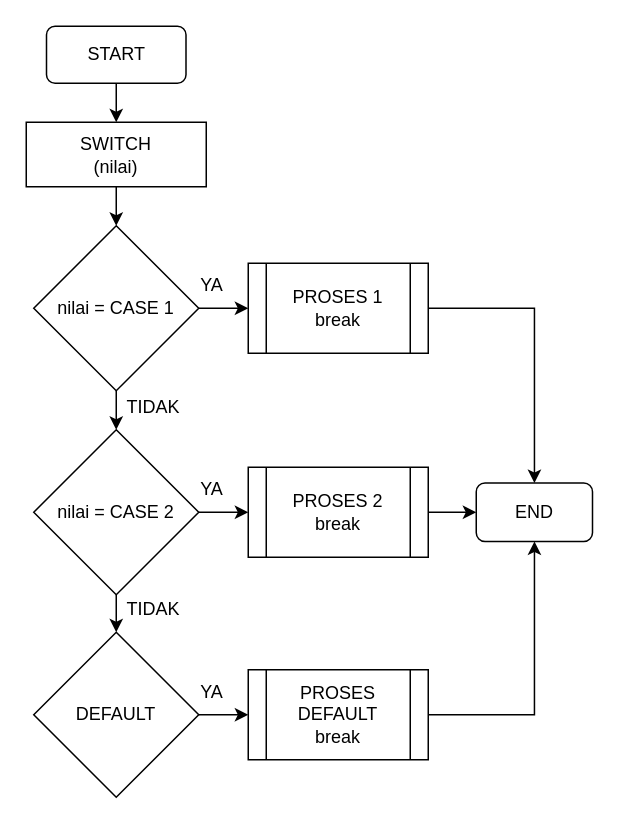
Before: Switch Case.drawio in kusmadi/flowchart, a draw.io diagram. Source tidied: cells renumbered, new cells numbered last; positions are measured from the earlier drawing's top-left corner, leaving out a move shared by most shapes. Both pictures are drawn from the tidied source at 150%, with x=0, y=0 at pixel (26, 26).
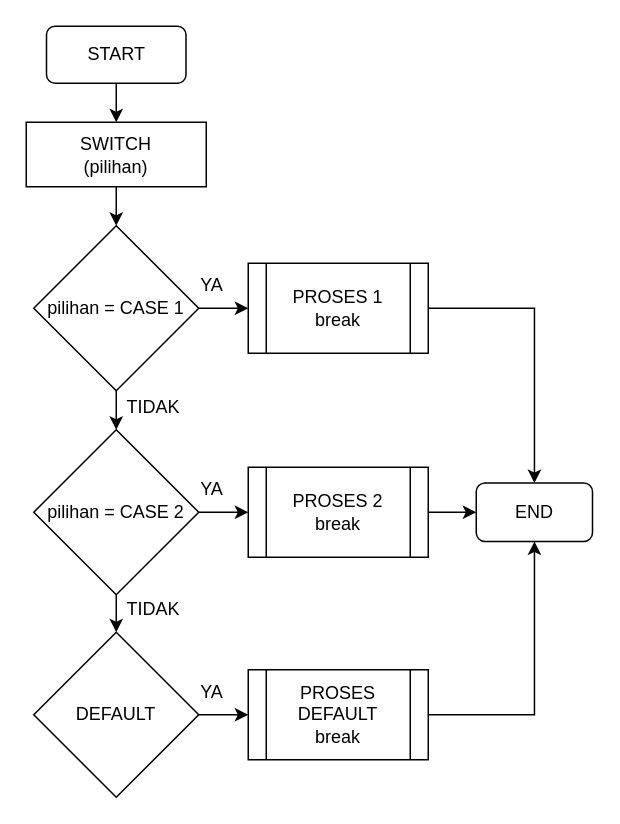
The same diagram, later.

Change to the diagram source:
```diff
@@
-    <mxCell id="6" value="nilai = CASE 1" style="rhombus;whiteSpace=wrap;html=1;rounded=0;sketch=0;shadow=0;" parent="1" vertex="1">
+    <mxCell id="6" value="pilihan&amp;nbsp;= CASE 1" style="rhombus;whiteSpace=wrap;html=1;rounded=0;sketch=0;shadow=0;" parent="1" vertex="1">
       <mxGeometry x="5" y="133" width="110" height="110" as="geometry" />
     </mxCell>
@@
-    <mxCell id="9" value="nilai =&amp;nbsp;CASE 2" style="rhombus;whiteSpace=wrap;html=1;" parent="1" vertex="1">
+    <mxCell id="9" value="pilihan&amp;nbsp;=&amp;nbsp;CASE 2" style="rhombus;whiteSpace=wrap;html=1;" parent="1" vertex="1">
       <mxGeometry x="5" y="269" width="110" height="110" as="geometry" />
     </mxCell>
@@
-    <mxCell id="25" value="SWITCH&lt;br&gt;(nilai)" style="rounded=0;whiteSpace=wrap;html=1;" parent="1" vertex="1">
+    <mxCell id="25" value="SWITCH&lt;br&gt;(pilihan)" style="rounded=0;whiteSpace=wrap;html=1;" parent="1" vertex="1">
       <mxGeometry y="64" width="120" height="43" as="geometry" />
     </mxCell>
```
